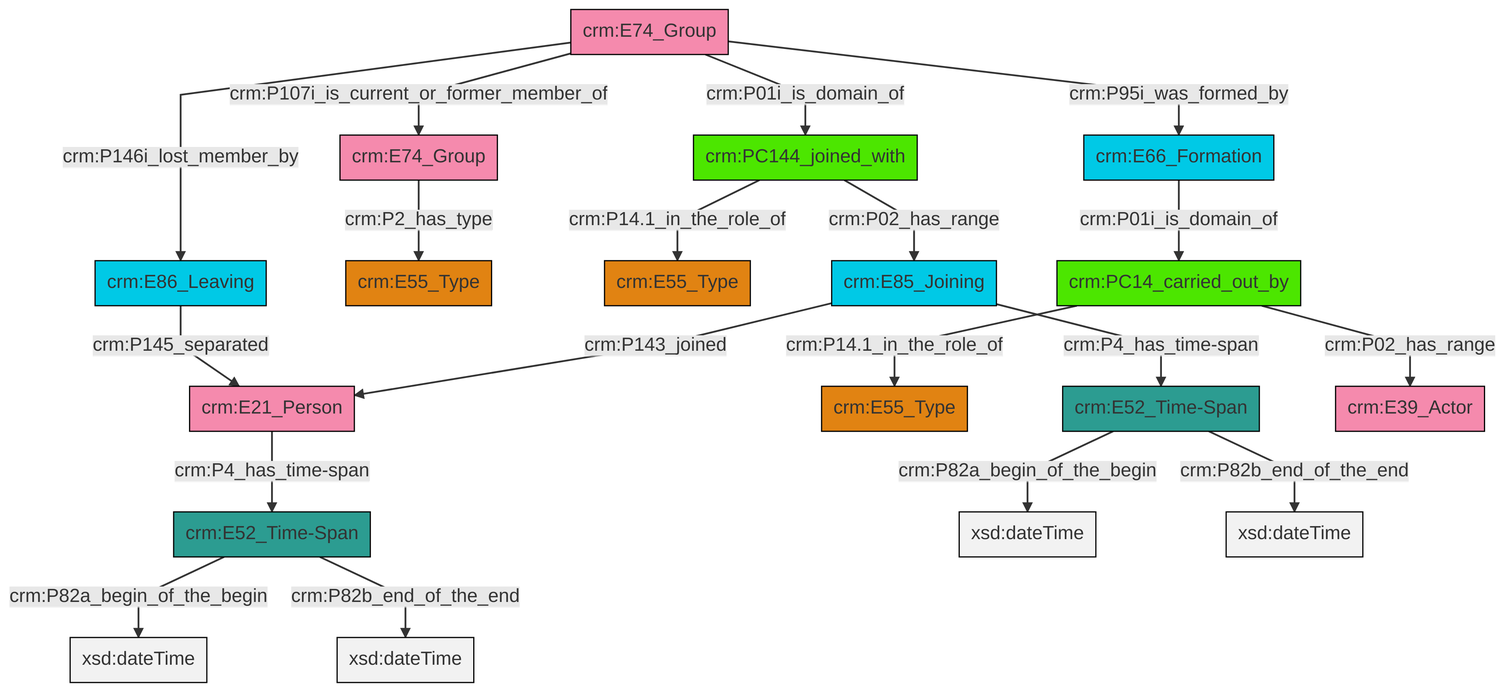
Earlier version of the Mermaid export et/groupCSV/ttl/mmd/png/group_actor_relations.png (swiss-art-research-net/docs.swissartresearch). Its source is kept beside it as et/groupCSV/ttl/mmd/group_actor_relations.ttl.mmd.
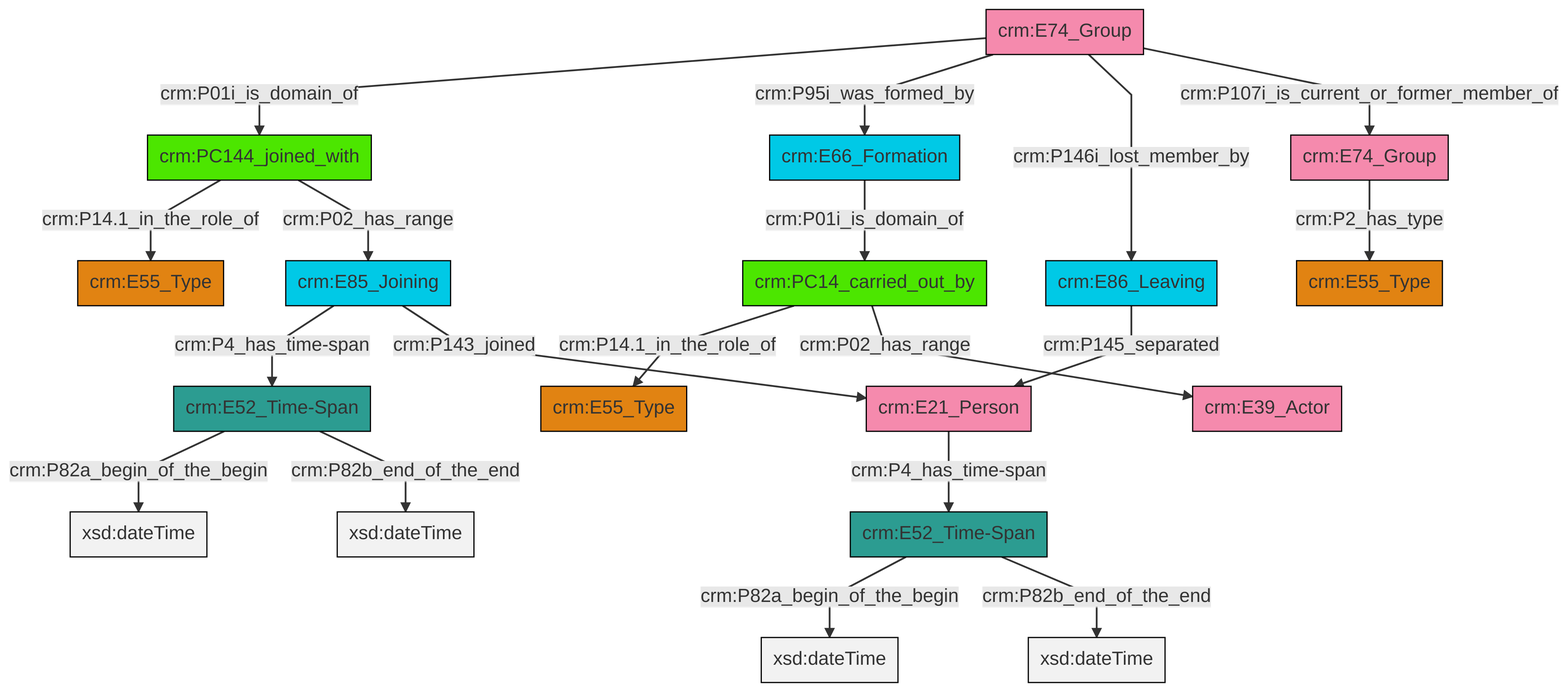
After the change.

Change to the diagram source:
```diff
@@ -13,21 +13,21 @@
 classDef PC_Classes fill:#4ce600, stroke:#000000;
 classDef Multi fill:#cccccc,stroke:#000000;
 
-2["crm:E21_Person"]:::Actor -->|crm:P4_has_time-span| 3["crm:E52_Time-Span"]:::Time-Span
-4["crm:E66_Formation"]:::Temporal_Entity -->|crm:P01i_is_domain_of| 5["crm:PC14_carried_out_by"]:::PC_Classes
-5["crm:PC14_carried_out_by"]:::PC_Classes -->|crm:P14.1_in_the_role_of| 6["crm:E55_Type"]:::Type
-10["crm:E52_Time-Span"]:::Time-Span -->|crm:P82a_begin_of_the_begin| 11[xsd:dateTime]:::Literal
-15["crm:E74_Group"]:::Actor -->|crm:P01i_is_domain_of| 0["crm:PC144_joined_with"]:::PC_Classes
-3["crm:E52_Time-Span"]:::Time-Span -->|crm:P82a_begin_of_the_begin| 16[xsd:dateTime]:::Literal
-10["crm:E52_Time-Span"]:::Time-Span -->|crm:P82b_end_of_the_end| 17[xsd:dateTime]:::Literal
-15["crm:E74_Group"]:::Actor -->|crm:P95i_was_formed_by| 4["crm:E66_Formation"]:::Temporal_Entity
-0["crm:PC144_joined_with"]:::PC_Classes -->|crm:P02_has_range| 23["crm:E85_Joining"]:::Temporal_Entity
-20["crm:E74_Group"]:::Actor -->|crm:P2_has_type| 8["crm:E55_Type"]:::Type
-3["crm:E52_Time-Span"]:::Time-Span -->|crm:P82b_end_of_the_end| 27[xsd:dateTime]:::Literal
-23["crm:E85_Joining"]:::Temporal_Entity -->|crm:P4_has_time-span| 10["crm:E52_Time-Span"]:::Time-Span
-23["crm:E85_Joining"]:::Temporal_Entity -->|crm:P143_joined| 2["crm:E21_Person"]:::Actor
-15["crm:E74_Group"]:::Actor -->|crm:P146i_lost_member_by| 25["crm:E86_Leaving"]:::Temporal_Entity
-0["crm:PC144_joined_with"]:::PC_Classes -->|crm:P14.1_in_the_role_of| 18["crm:E55_Type"]:::Type
-5["crm:PC14_carried_out_by"]:::PC_Classes -->|crm:P02_has_range| 13["crm:E39_Actor"]:::Actor
-15["crm:E74_Group"]:::Actor -->|crm:P107i_is_current_or_former_member_of| 20["crm:E74_Group"]:::Actor
-25["crm:E86_Leaving"]:::Temporal_Entity -->|crm:P145_separated| 2["crm:E21_Person"]:::Actor
+2["crm:E74_Group"]:::Actor -->|crm:P01i_is_domain_of| 3["crm:PC144_joined_with"]:::PC_Classes
+4["crm:PC14_carried_out_by"]:::PC_Classes -->|crm:P14.1_in_the_role_of| 5["crm:E55_Type"]:::Type
+6["crm:E52_Time-Span"]:::Time-Span -->|crm:P82a_begin_of_the_begin| 7[xsd:dateTime]:::Literal
+3["crm:PC144_joined_with"]:::PC_Classes -->|crm:P14.1_in_the_role_of| 8["crm:E55_Type"]:::Type
+0["crm:E52_Time-Span"]:::Time-Span -->|crm:P82a_begin_of_the_begin| 9[xsd:dateTime]:::Literal
+0["crm:E52_Time-Span"]:::Time-Span -->|crm:P82b_end_of_the_end| 10[xsd:dateTime]:::Literal
+12["crm:E66_Formation"]:::Temporal_Entity -->|crm:P01i_is_domain_of| 4["crm:PC14_carried_out_by"]:::PC_Classes
+13["crm:E85_Joining"]:::Temporal_Entity -->|crm:P4_has_time-span| 6["crm:E52_Time-Span"]:::Time-Span
+2["crm:E74_Group"]:::Actor -->|crm:P95i_was_formed_by| 12["crm:E66_Formation"]:::Temporal_Entity
+4["crm:PC14_carried_out_by"]:::PC_Classes -->|crm:P02_has_range| 14["crm:E39_Actor"]:::Actor
+2["crm:E74_Group"]:::Actor -->|crm:P146i_lost_member_by| 20["crm:E86_Leaving"]:::Temporal_Entity
+20["crm:E86_Leaving"]:::Temporal_Entity -->|crm:P145_separated| 22["crm:E21_Person"]:::Actor
+15["crm:E74_Group"]:::Actor -->|crm:P2_has_type| 18["crm:E55_Type"]:::Type
+13["crm:E85_Joining"]:::Temporal_Entity -->|crm:P143_joined| 22["crm:E21_Person"]:::Actor
+6["crm:E52_Time-Span"]:::Time-Span -->|crm:P82b_end_of_the_end| 27[xsd:dateTime]:::Literal
+22["crm:E21_Person"]:::Actor -->|crm:P4_has_time-span| 0["crm:E52_Time-Span"]:::Time-Span
+2["crm:E74_Group"]:::Actor -->|crm:P107i_is_current_or_former_member_of| 15["crm:E74_Group"]:::Actor
+3["crm:PC144_joined_with"]:::PC_Classes -->|crm:P02_has_range| 13["crm:E85_Joining"]:::Temporal_Entity
```
